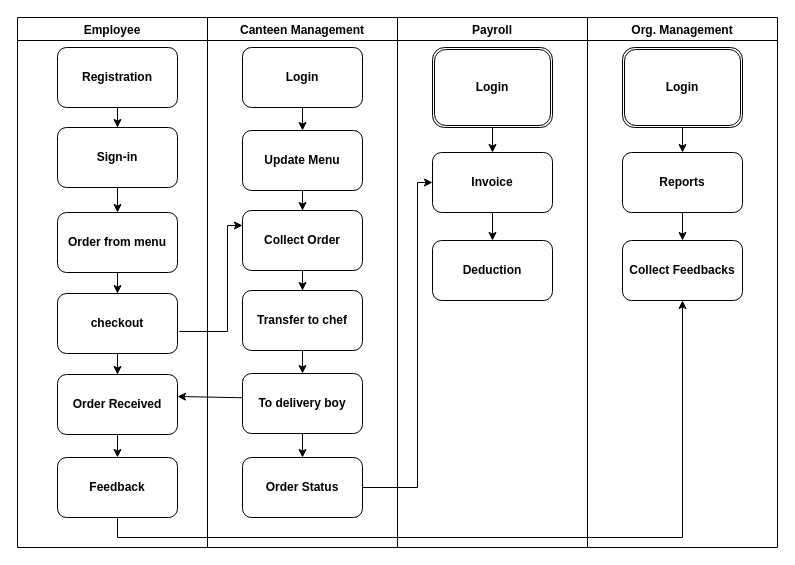
Above: page "Activity_Diagram" (4 of 5) of canteen_management.drawio in ysebega/ysebega (draw.io), before the change. Source tidied: cells renumbered, new cells numbered last; positions are measured from the earlier drawing's top-left corner, leaving out a move shared by most shapes. Both pictures are drawn from the tidied source at 100%, with x=0, y=0 at pixel (17, 17).
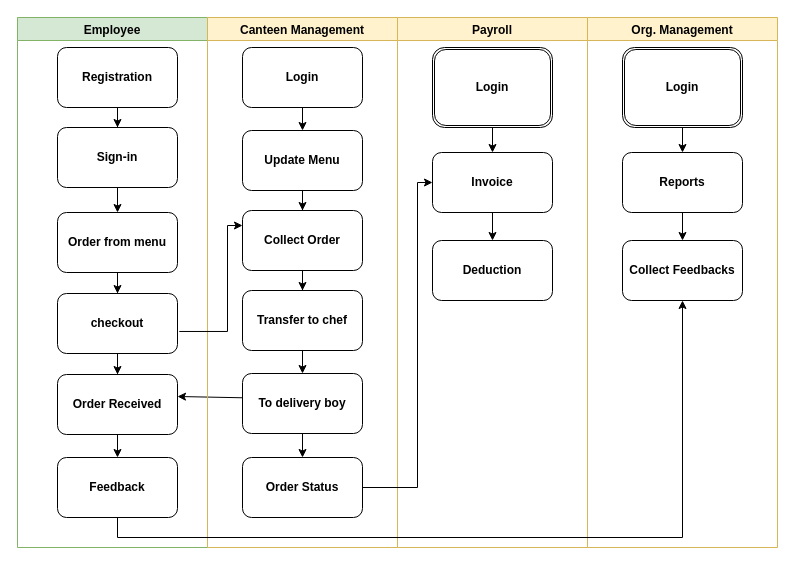
The same diagram, later.

The edit, as a diff of the source:
```diff
@@
-    <mxCell id="2" value="Employee" style="swimlane;" parent="1" vertex="1">
+    <mxCell id="2" value="Employee" style="swimlane;fillColor=#d5e8d4;strokeColor=#82b366;" parent="1" vertex="1">
       <mxGeometry width="190" height="530" as="geometry" />
     </mxCell>
@@
-    <mxCell id="13" value="Canteen Management" style="swimlane;" parent="1" vertex="1">
+    <mxCell id="13" value="Canteen Management" style="swimlane;fillColor=#fff2cc;strokeColor=#d6b656;" parent="1" vertex="1">
       <mxGeometry x="190" width="190" height="530" as="geometry" />
     </mxCell>
@@
-    <mxCell id="25" value="Payroll" style="swimlane;" parent="1" vertex="1">
+    <mxCell id="25" value="Payroll" style="swimlane;fillColor=#fff2cc;strokeColor=#d6b656;" parent="1" vertex="1">
       <mxGeometry x="380" width="190" height="530" as="geometry" />
     </mxCell>
@@
-    <mxCell id="35" value="Org. Management" style="swimlane;" parent="1" vertex="1">
+    <mxCell id="35" value="Org. Management" style="swimlane;fillColor=#fff2cc;strokeColor=#d6b656;" parent="1" vertex="1">
       <mxGeometry x="570" width="190" height="530" as="geometry" />
     </mxCell>
```
